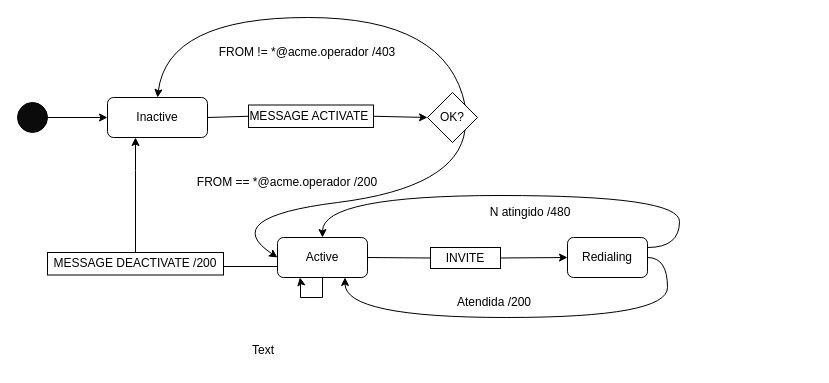
Above: Diagramas/Estado do Serviço Redial por Utilizador.drawio in catarina-7/IGRS25G11 (draw.io), before the change. Source tidied: cells renumbered, new cells numbered last; positions are measured from the earlier drawing's top-left corner, leaving out a move shared by most shapes. Both pictures are drawn from the tidied source at 100%, with x=0, y=0 at pixel (17, 17).
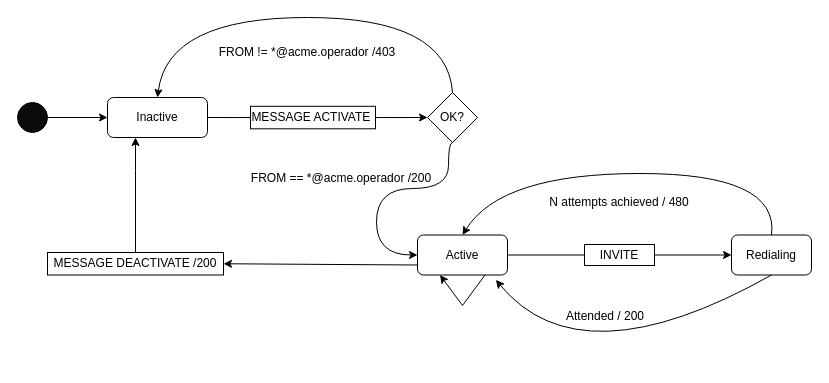
The same page after the edit.

Commit message (it also covers changes not shown here):
Diagrama Estado do Serviço Redial

Alteração ao diagrama

Unchanged cells that the change refers to:
```xml
<mxCell id="5" value="Inactive" style="rounded=1;whiteSpace=wrap;html=1;" parent="1" vertex="1">
  <mxGeometry x="90" y="80" width="100" height="40" as="geometry" />
</mxCell>
<mxCell id="8" value="OK?" style="rhombus;whiteSpace=wrap;html=1;" parent="1" vertex="1">
  <mxGeometry x="410" y="75" width="50" height="50" as="geometry" />
</mxCell>
<mxCell id="24" value="MESSAGE DEACTIVATE /200" style="rounded=0;whiteSpace=wrap;html=1;" parent="1" vertex="1">
  <mxGeometry x="30" y="235" width="176" height="22.5" as="geometry" />
</mxCell>
```

What changed in the source:
```diff
@@
     <mxCell id="4" value="Active" style="rounded=1;whiteSpace=wrap;html=1;" parent="1" vertex="1">
-      <mxGeometry x="260" y="220" width="90" height="40" as="geometry" />
+      <mxGeometry x="400" y="217.5" width="90" height="40" as="geometry" />
     </mxCell>
@@
-    <mxCell id="6" style="edgeStyle=orthogonalEdgeStyle;rounded=0;jettySize=auto;html=1;entryX=0.75;entryY=1;entryDx=0;entryDy=0;strokeColor=default;curved=1;exitX=1;exitY=0.5;exitDx=0;exitDy=0;" parent="1" edge="1" source="7" target="4">
-      <mxGeometry relative="1" as="geometry">
-        <Array as="points">
-          <mxPoint x="650" y="240" />
-          <mxPoint x="650" y="300" />
-          <mxPoint x="328" y="300" />
-        </Array>
-      </mxGeometry>
-    </mxCell>
     <mxCell id="7" value="Redialing" style="rounded=1;whiteSpace=wrap;html=1;" parent="1" vertex="1">
-      <mxGeometry x="550" y="220" width="80" height="40" as="geometry" />
+      <mxGeometry x="714" y="217.5" width="80" height="40" as="geometry" />
     </mxCell>
@@
-    <mxCell id="11" style="curved=1;endArrow=classic;html=1;rounded=0;exitX=1;exitY=0;exitDx=0;exitDy=0;entryX=0.5;entryY=0;entryDx=0;entryDy=0;" parent="1" edge="1" source="8" target="5">
+    <mxCell id="11" style="curved=1;endArrow=classic;html=1;rounded=0;exitX=0.5;exitY=0;exitDx=0;exitDy=0;entryX=0.5;entryY=0;entryDx=0;entryDy=0;" parent="1" edge="1" source="8" target="5">
       <mxGeometry relative="1" as="geometry">
         <Array as="points">
           <mxPoint x="430" />
           <mxPoint x="150" />
         </Array>
       </mxGeometry>
     </mxCell>
@@
     <mxCell id="14" value="MESSAGE ACTIVATE&amp;nbsp;" style="rounded=0;whiteSpace=wrap;html=1;" parent="1" vertex="1">
-      <mxGeometry x="231" y="87.5" width="125" height="22.5" as="geometry" />
+      <mxGeometry x="233" y="88.8" width="125" height="22.5" as="geometry" />
     </mxCell>
-    <mxCell id="15" style="curved=1;endArrow=classic;html=1;rounded=0;exitX=1;exitY=1;exitDx=0;exitDy=0;entryX=0;entryY=0.5;entryDx=0;entryDy=0;" parent="1" edge="1" source="8" target="4">
+    <mxCell id="15" style="curved=1;endArrow=classic;html=1;rounded=0;exitX=0.5;exitY=1;exitDx=0;exitDy=0;entryX=0;entryY=0.5;entryDx=0;entryDy=0;edgeStyle=orthogonalEdgeStyle;" parent="1" edge="1" source="8" target="4">
       <mxGeometry relative="1" as="geometry">
         <Array as="points">
-          <mxPoint x="440" y="170" />
-          <mxPoint x="200" y="200" />
+          <mxPoint x="431" y="125" />
+          <mxPoint x="431" y="171" />
+          <mxPoint x="359" y="171" />
+          <mxPoint x="359" y="238" />
         </Array>
       </mxGeometry>
     </mxCell>
     <mxCell id="16" value="FROM == *@acme.operador /200" style="text;html=1;whiteSpace=wrap;strokeColor=none;fillColor=none;align=center;verticalAlign=middle;rounded=0;" parent="1" vertex="1">
-      <mxGeometry x="170" y="150" width="200" height="30" as="geometry" />
+      <mxGeometry x="224" y="146" width="200" height="30" as="geometry" />
     </mxCell>
@@
     <mxCell id="19" value="INVITE" style="rounded=0;whiteSpace=wrap;html=1;" parent="1" vertex="1">
-      <mxGeometry x="413" y="230" width="70" height="21" as="geometry" />
+      <mxGeometry x="567" y="227" width="70" height="21" as="geometry" />
     </mxCell>
-    <mxCell id="20" value="Atendida /200" style="text;html=1;whiteSpace=wrap;strokeColor=none;fillColor=none;align=center;verticalAlign=middle;rounded=0;" parent="1" vertex="1">
-      <mxGeometry x="377" y="270" width="200" height="30" as="geometry" />
+    <mxCell id="20" value="Attended / 200" style="text;html=1;whiteSpace=wrap;strokeColor=none;fillColor=none;align=center;verticalAlign=middle;rounded=0;" parent="1" vertex="1">
+      <mxGeometry x="488" y="284" width="200" height="30" as="geometry" />
     </mxCell>
-    <mxCell id="21" style="edgeStyle=orthogonalEdgeStyle;rounded=0;jettySize=auto;html=1;entryX=0.5;entryY=0;entryDx=0;entryDy=0;strokeColor=default;curved=1;exitX=1;exitY=0.25;exitDx=0;exitDy=0;" parent="1" edge="1" source="7" target="4">
-      <mxGeometry relative="1" as="geometry">
-        <Array as="points">
-          <mxPoint x="662" y="230" />
-          <mxPoint x="662" y="178" />
-          <mxPoint x="305" y="178" />
-        </Array>
-      </mxGeometry>
-    </mxCell>
-    <mxCell id="22" value="N atingido /480" style="text;html=1;whiteSpace=wrap;strokeColor=none;fillColor=none;align=center;verticalAlign=middle;rounded=0;" parent="1" vertex="1">
-      <mxGeometry x="413" y="180" width="200" height="30" as="geometry" />
-    </mxCell>
-    <mxCell id="23" style="edgeStyle=orthogonalEdgeStyle;rounded=0;jettySize=auto;html=1;curved=0;endArrow=none;endFill=0;" parent="1" edge="1" target="24">
-      <mxGeometry relative="1" as="geometry">
-        <mxPoint x="260" y="246" as="sourcePoint" />
-        <Array as="points">
-          <mxPoint x="260" y="249" />
-          <mxPoint x="119" y="249" />
-        </Array>
-      </mxGeometry>
-    </mxCell>
@@
+    <mxCell id="27" style="curved=1;endArrow=classic;html=1;rounded=0;exitX=0.5;exitY=0;exitDx=0;exitDy=0;entryX=0.5;entryY=0;entryDx=0;entryDy=0;" parent="1" edge="1" source="7" target="4">
+      <mxGeometry relative="1" as="geometry">
+        <Array as="points">
+          <mxPoint x="762" y="156" />
+          <mxPoint x="483" y="156" />
+        </Array>
+      </mxGeometry>
+    </mxCell>
+    <mxCell id="28" value="N attempts achieved / 480" style="text;html=1;whiteSpace=wrap;strokeColor=none;fillColor=none;align=center;verticalAlign=middle;rounded=0;" parent="1" vertex="1">
+      <mxGeometry x="502" y="170" width="200" height="30" as="geometry" />
+    </mxCell>
-    <mxCell id="25" style="edgeStyle=orthogonalEdgeStyle;rounded=0;orthogonalLoop=1;jettySize=auto;html=1;exitX=0.5;exitY=1;exitDx=0;exitDy=0;entryX=0.25;entryY=1;entryDx=0;entryDy=0;" parent="1" edge="1" source="4" target="4">
+    <mxCell id="25" style="endArrow=classic;html=1;rounded=0;exitX=0.75;exitY=1;exitDx=0;exitDy=0;entryX=0.25;entryY=1;entryDx=0;entryDy=0;edgeStyle=orthogonalEdgeStyle;" parent="1" edge="1" source="4" target="4">
       <mxGeometry relative="1" as="geometry">
         <Array as="points">
-          <mxPoint x="305" y="280" />
-          <mxPoint x="283" y="280" />
-          <mxPoint x="283" y="263" />
+          <mxPoint x="445" y="288" />
         </Array>
       </mxGeometry>
     </mxCell>
-    <mxCell id="26" value="Text" style="text;html=1;whiteSpace=wrap;strokeColor=none;fillColor=none;align=center;verticalAlign=middle;rounded=0;" parent="1" vertex="1">
-      <mxGeometry x="216" y="318" width="60" height="30" as="geometry" />
-    </mxCell>
+    <mxCell id="29" style="curved=1;endArrow=classic;html=1;rounded=0;exitX=0.5;exitY=1;exitDx=0;exitDy=0;entryX=0.871;entryY=1.122;entryDx=0;entryDy=0;entryPerimeter=0;" parent="1" edge="1" source="7" target="4">
+      <mxGeometry relative="1" as="geometry">
+        <Array as="points">
+          <mxPoint x="563" y="365" />
+        </Array>
+      </mxGeometry>
+    </mxCell>
+    <mxCell id="30" style="endArrow=classic;html=1;rounded=0;exitX=0;exitY=0.75;exitDx=0;exitDy=0;entryX=1;entryY=0.5;entryDx=0;entryDy=0;" parent="1" edge="1" source="4" target="24">
+      <mxGeometry relative="1" as="geometry" />
+    </mxCell>
```
